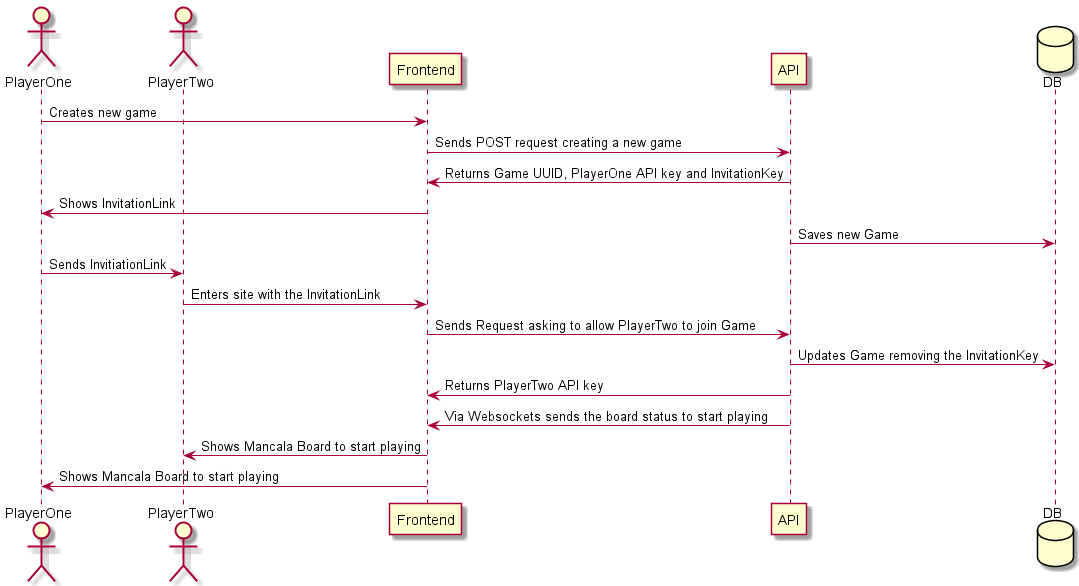
Before: uml/initGame.png, a diagram exported from PlantUML (rustico/mancala). The source it was exported from:
```plantuml
@startuml
actor PlayerOne
actor PlayerTwo
participant Frontend
participant API
database DB

PlayerOne -> Frontend: Creates new game
Frontend -> API: Sends POST request creating a new game
Frontend <- API: Returns Game UUID, PlayerOne API key and InvitationKey
PlayerOne <- Frontend: Shows InvitationLink
API -> DB: Saves new Game
PlayerOne -> PlayerTwo: Sends InvitiationLink
PlayerTwo -> Frontend: Enters site with the InvitationLink
Frontend -> API: Sends Request asking to allow PlayerTwo to join Game
API -> DB: Updates Game removing the InvitationKey
Frontend <- API: Returns PlayerTwo API key
Frontend <- API: Via Websockets sends the board status to start playing
PlayerTwo <- Frontend: Shows Mancala Board to start playing
PlayerOne <- Frontend: Shows Mancala Board to start playing
@enduml
```
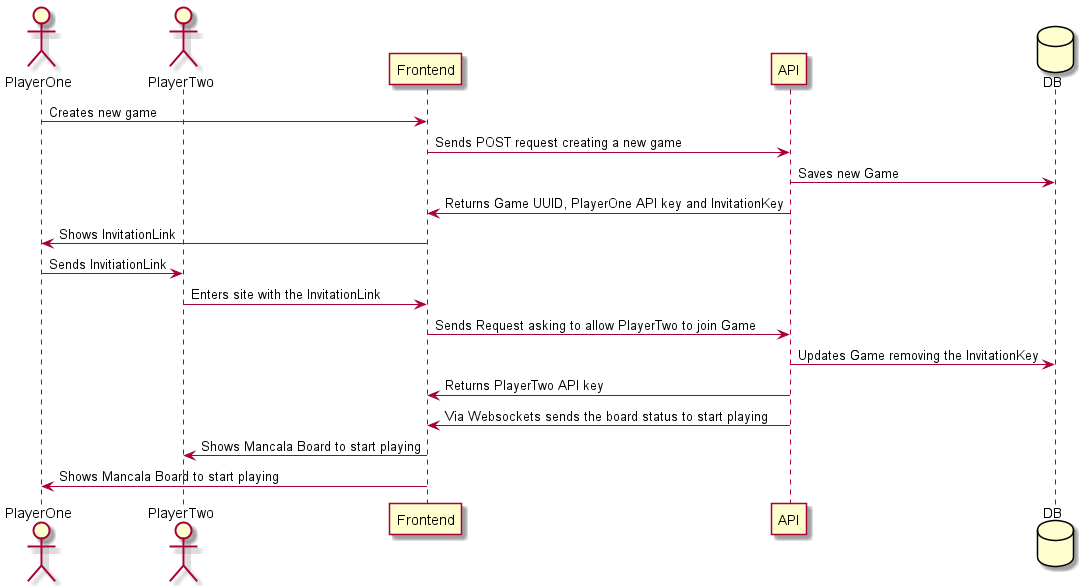
After the commit.

What changed in the source:
```diff
@@ -7,9 +7,9 @@
 
 PlayerOne -> Frontend: Creates new game
 Frontend -> API: Sends POST request creating a new game
+API -> DB: Saves new Game
 Frontend <- API: Returns Game UUID, PlayerOne API key and InvitationKey
 PlayerOne <- Frontend: Shows InvitationLink
-API -> DB: Saves new Game
 PlayerOne -> PlayerTwo: Sends InvitiationLink
 PlayerTwo -> Frontend: Enters site with the InvitationLink
 Frontend -> API: Sends Request asking to allow PlayerTwo to join Game
```
